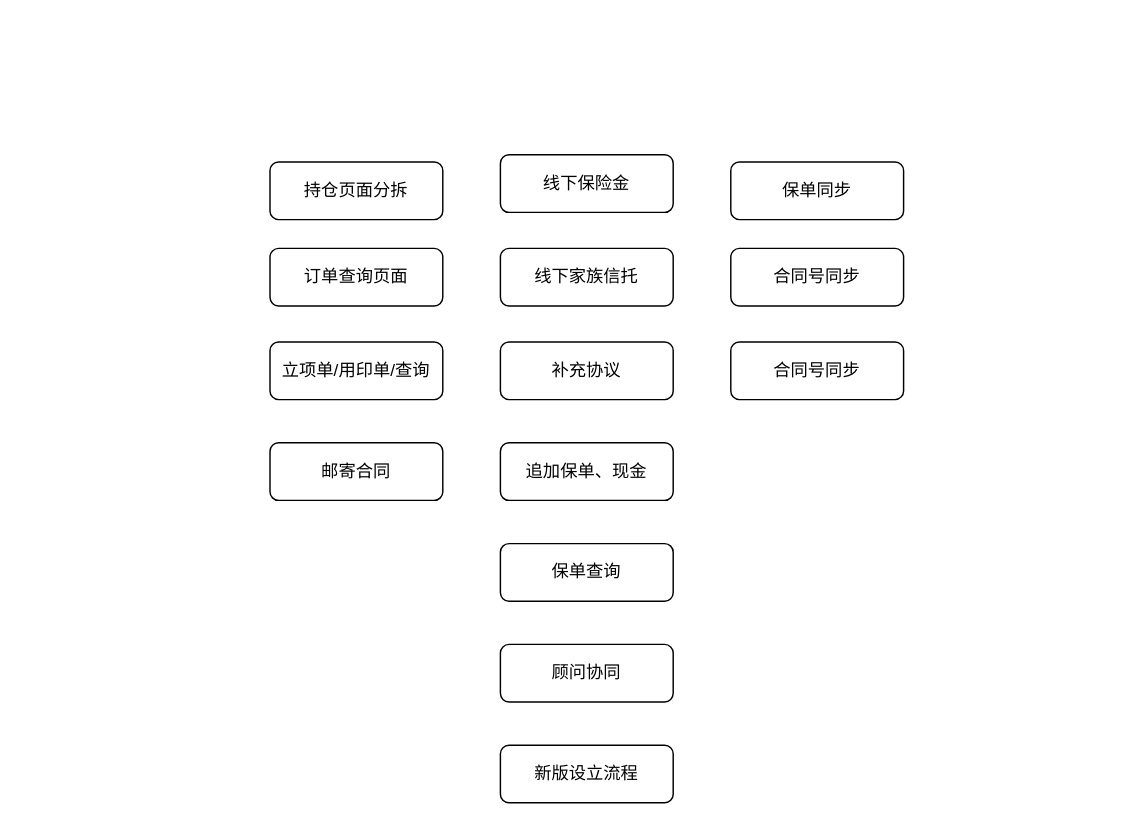
The draw.io diagram cjb_work_plan.drawio in jmy99527/chapter1, before the edit. Source tidied: cells renumbered, new cells numbered last; positions are measured from the earlier drawing's top-left corner, leaving out a move shared by most shapes. Both pictures are drawn from the tidied source at 144%, with x=0, y=0 at pixel (269, 154).
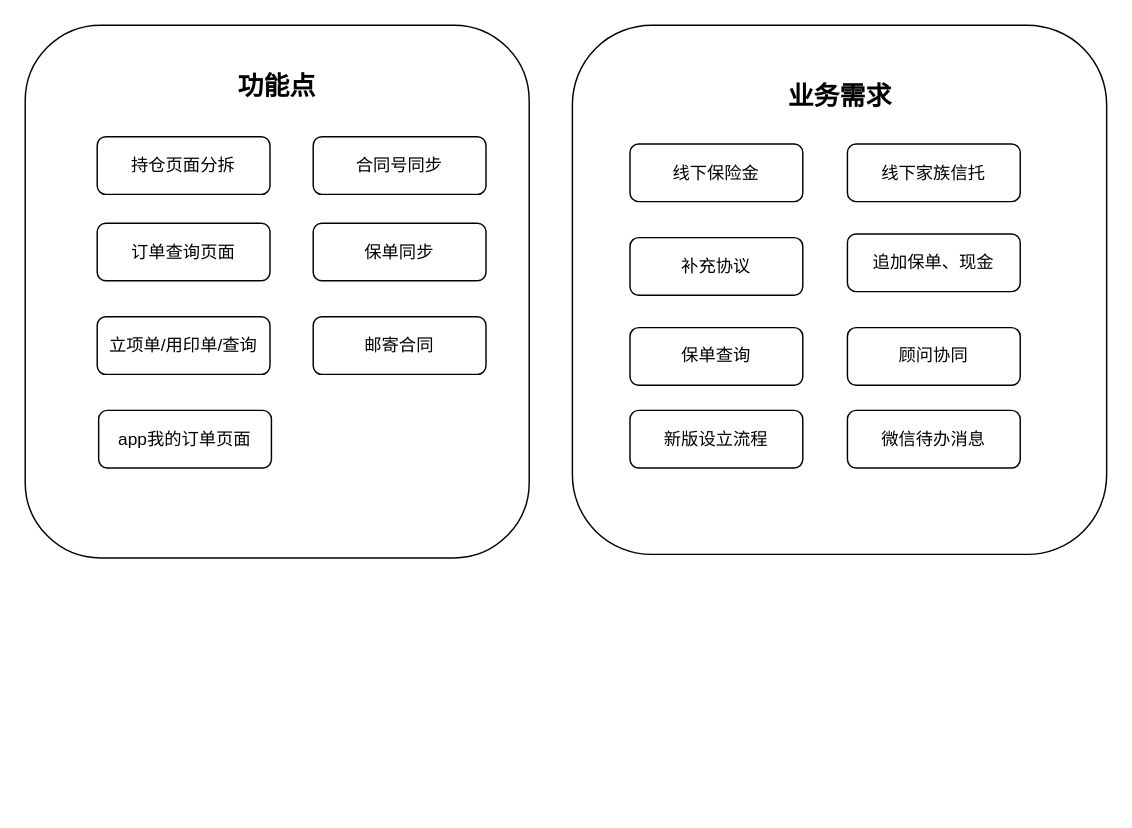
After the change.

What changed in the source:
```diff
@@
+    <mxCell id="16" style="rounded=1;whiteSpace=wrap;html=1;fontSize=12;glass=0;strokeWidth=1;shadow=0;" parent="1" vertex="1">
+      <mxGeometry x="210" y="-90" width="371" height="367.5" as="geometry" />
+    </mxCell>
+    <mxCell id="17" style="rounded=1;whiteSpace=wrap;html=1;fontSize=12;glass=0;strokeWidth=1;shadow=0;" parent="1" vertex="1">
+      <mxGeometry x="-170" y="-90" width="350" height="370" as="geometry" />
+    </mxCell>
     <mxCell id="2" value="持仓页面分拆" style="rounded=1;whiteSpace=wrap;html=1;fontSize=12;glass=0;strokeWidth=1;shadow=0;" parent="1" vertex="1">
-      <mxGeometry y="5" width="120" height="40" as="geometry" />
+      <mxGeometry x="-120" y="-12.5" width="120" height="40" as="geometry" />
     </mxCell>
     <mxCell id="3" value="订单查询页面" style="rounded=1;whiteSpace=wrap;html=1;fontSize=12;glass=0;strokeWidth=1;shadow=0;" parent="1" vertex="1">
-      <mxGeometry y="65" width="120" height="40" as="geometry" />
+      <mxGeometry x="-120" y="47.5" width="120" height="40" as="geometry" />
     </mxCell>
     <mxCell id="4" value="立项单/用印单/查询" style="rounded=1;whiteSpace=wrap;html=1;fontSize=12;glass=0;strokeWidth=1;shadow=0;" parent="1" vertex="1">
-      <mxGeometry y="130" width="120" height="40" as="geometry" />
+      <mxGeometry x="-120" y="112.5" width="120" height="40" as="geometry" />
     </mxCell>
     <mxCell id="5" value="线下保险金" style="rounded=1;whiteSpace=wrap;html=1;fontSize=12;glass=0;strokeWidth=1;shadow=0;" parent="1" vertex="1">
-      <mxGeometry x="160" width="120" height="40" as="geometry" />
+      <mxGeometry x="250" y="-7.5" width="120" height="40" as="geometry" />
     </mxCell>
     <mxCell id="6" value="线下家族信托" style="rounded=1;whiteSpace=wrap;html=1;fontSize=12;glass=0;strokeWidth=1;shadow=0;" parent="1" vertex="1">
-      <mxGeometry x="160" y="65" width="120" height="40" as="geometry" />
+      <mxGeometry x="401" y="-7.5" width="120" height="40" as="geometry" />
     </mxCell>
     <mxCell id="7" value="补充协议" style="rounded=1;whiteSpace=wrap;html=1;fontSize=12;glass=0;strokeWidth=1;shadow=0;" parent="1" vertex="1">
-      <mxGeometry x="160" y="130" width="120" height="40" as="geometry" />
+      <mxGeometry x="250" y="57.5" width="120" height="40" as="geometry" />
     </mxCell>
     <mxCell id="8" value="邮寄合同" style="rounded=1;whiteSpace=wrap;html=1;fontSize=12;glass=0;strokeWidth=1;shadow=0;" parent="1" vertex="1">
-      <mxGeometry y="200" width="120" height="40" as="geometry" />
+      <mxGeometry x="30" y="112.5" width="120" height="40" as="geometry" />
     </mxCell>
     <mxCell id="9" value="追加保单、现金" style="rounded=1;whiteSpace=wrap;html=1;fontSize=12;glass=0;strokeWidth=1;shadow=0;" parent="1" vertex="1">
-      <mxGeometry x="160" y="200" width="120" height="40" as="geometry" />
+      <mxGeometry x="401" y="55" width="120" height="40" as="geometry" />
     </mxCell>
     <mxCell id="10" value="保单查询" style="rounded=1;whiteSpace=wrap;html=1;fontSize=12;glass=0;strokeWidth=1;shadow=0;" parent="1" vertex="1">
-      <mxGeometry x="160" y="270" width="120" height="40" as="geometry" />
+      <mxGeometry x="250" y="120" width="120" height="40" as="geometry" />
     </mxCell>
     <mxCell id="11" value="顾问协同" style="rounded=1;whiteSpace=wrap;html=1;fontSize=12;glass=0;strokeWidth=1;shadow=0;" parent="1" vertex="1">
-      <mxGeometry x="160" y="340" width="120" height="40" as="geometry" />
+      <mxGeometry x="401" y="120" width="120" height="40" as="geometry" />
     </mxCell>
     <mxCell id="12" value="新版设立流程" style="rounded=1;whiteSpace=wrap;html=1;fontSize=12;glass=0;strokeWidth=1;shadow=0;" parent="1" vertex="1">
-      <mxGeometry x="160" y="410" width="120" height="40" as="geometry" />
+      <mxGeometry x="250" y="177.5" width="120" height="40" as="geometry" />
     </mxCell>
     <mxCell id="13" value="保单同步" style="rounded=1;whiteSpace=wrap;html=1;fontSize=12;glass=0;strokeWidth=1;shadow=0;" parent="1" vertex="1">
-      <mxGeometry x="320" y="5" width="120" height="40" as="geometry" />
+      <mxGeometry x="30" y="47.5" width="120" height="40" as="geometry" />
     </mxCell>
     <mxCell id="14" value="合同号同步" style="rounded=1;whiteSpace=wrap;html=1;fontSize=12;glass=0;strokeWidth=1;shadow=0;" parent="1" vertex="1">
-      <mxGeometry x="320" y="65" width="120" height="40" as="geometry" />
+      <mxGeometry x="30" y="-12.5" width="120" height="40" as="geometry" />
     </mxCell>
-    <mxCell id="15" value="合同号同步" style="rounded=1;whiteSpace=wrap;html=1;fontSize=12;glass=0;strokeWidth=1;shadow=0;" parent="1" vertex="1">
-      <mxGeometry x="320" y="130" width="120" height="40" as="geometry" />
+    <mxCell id="15" value="微信待办消息" style="rounded=1;whiteSpace=wrap;html=1;fontSize=12;glass=0;strokeWidth=1;shadow=0;" parent="1" vertex="1">
+      <mxGeometry x="401" y="177.5" width="120" height="40" as="geometry" />
     </mxCell>
+    <mxCell id="18" value="&lt;font style=&quot;font-size: 18px&quot;&gt;&lt;b&gt;功能点&lt;/b&gt;&lt;/font&gt;" style="text;html=1;strokeColor=none;fillColor=none;align=center;verticalAlign=middle;whiteSpace=wrap;rounded=0;" parent="1" vertex="1">
+      <mxGeometry x="-30" y="-57.5" width="70" height="20" as="geometry" />
+    </mxCell>
+    <mxCell id="19" value="&lt;font style=&quot;font-size: 18px&quot;&gt;&lt;b&gt;业务需求&lt;/b&gt;&lt;/font&gt;" style="text;html=1;strokeColor=none;fillColor=none;align=center;verticalAlign=middle;whiteSpace=wrap;rounded=0;" parent="1" vertex="1">
+      <mxGeometry x="350.5" y="-50" width="90" height="20" as="geometry" />
+    </mxCell>
+    <mxCell id="20" value="app我的订单页面" style="rounded=1;whiteSpace=wrap;html=1;fontSize=12;glass=0;strokeWidth=1;shadow=0;" parent="1" vertex="1">
+      <mxGeometry x="-119" y="177.5" width="120" height="40" as="geometry" />
+    </mxCell>
```
